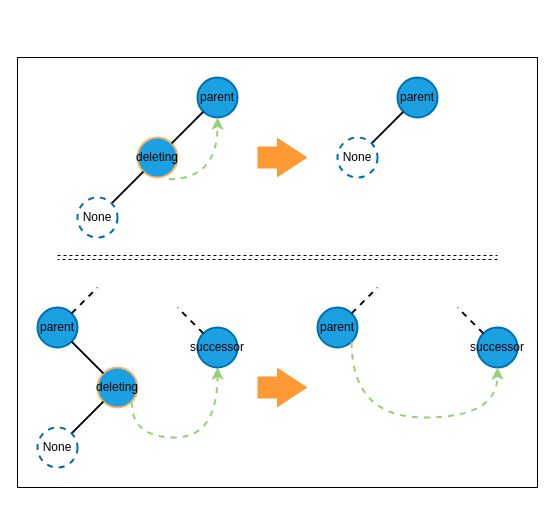
shunsvineyard/pyforest keeps this draw.io diagram as page "no_child" (1 of 6) of diagrams/right_tbst_delete.drawio. Above is the earlier version. Source tidied: cells renumbered, new cells numbered last; positions are measured from the earlier drawing's top-left corner, leaving out a move shared by most shapes. Both pictures are drawn from the tidied source at 100%, with x=0, y=0 at pixel (17, 57).
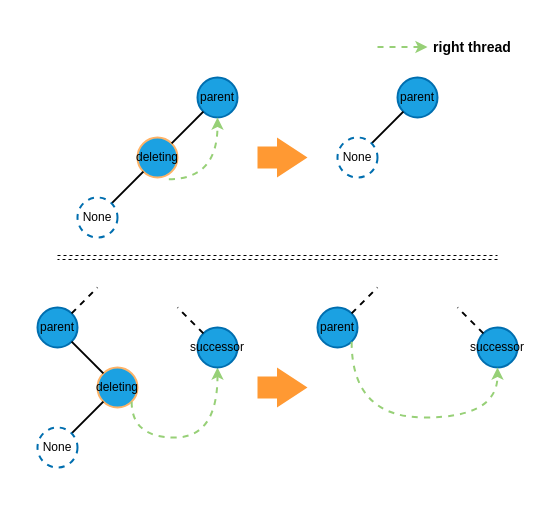
The same diagram, later.

Change to the diagram source:
```diff
@@
-    <mxCell id="2" style="rounded=0;whiteSpace=wrap;html=1;fillColor=#FFFFFF;" parent="1" vertex="1">
-      <mxGeometry width="520" height="430" as="geometry" />
+    <mxCell id="2" style="rounded=0;whiteSpace=wrap;html=1;fillColor=#FFFFFF;strokeColor=none;" parent="1" vertex="1">
+      <mxGeometry y="-40" width="520" height="470" as="geometry" />
     </mxCell>
@@
+    <mxCell id="29" style="endArrow=classic;html=1;dashed=1;strokeColor=#97D077;strokeWidth=2;" parent="1" edge="1">
+      <mxGeometry relative="1" as="geometry">
+        <mxPoint x="360" y="-10.5" as="sourcePoint" />
+        <mxPoint x="410" y="-10.5" as="targetPoint" />
+      </mxGeometry>
+    </mxCell>
+    <mxCell id="30" value="&lt;font color=&quot;#000000&quot; style=&quot;font-size: 14px&quot;&gt;&lt;b&gt;right thread&lt;/b&gt;&lt;/font&gt;" style="text;html=1;strokeColor=none;fillColor=none;align=center;verticalAlign=middle;whiteSpace=wrap;rounded=0;" parent="1" vertex="1">
+      <mxGeometry x="410" y="-20" width="90" height="20" as="geometry" />
+    </mxCell>
```
